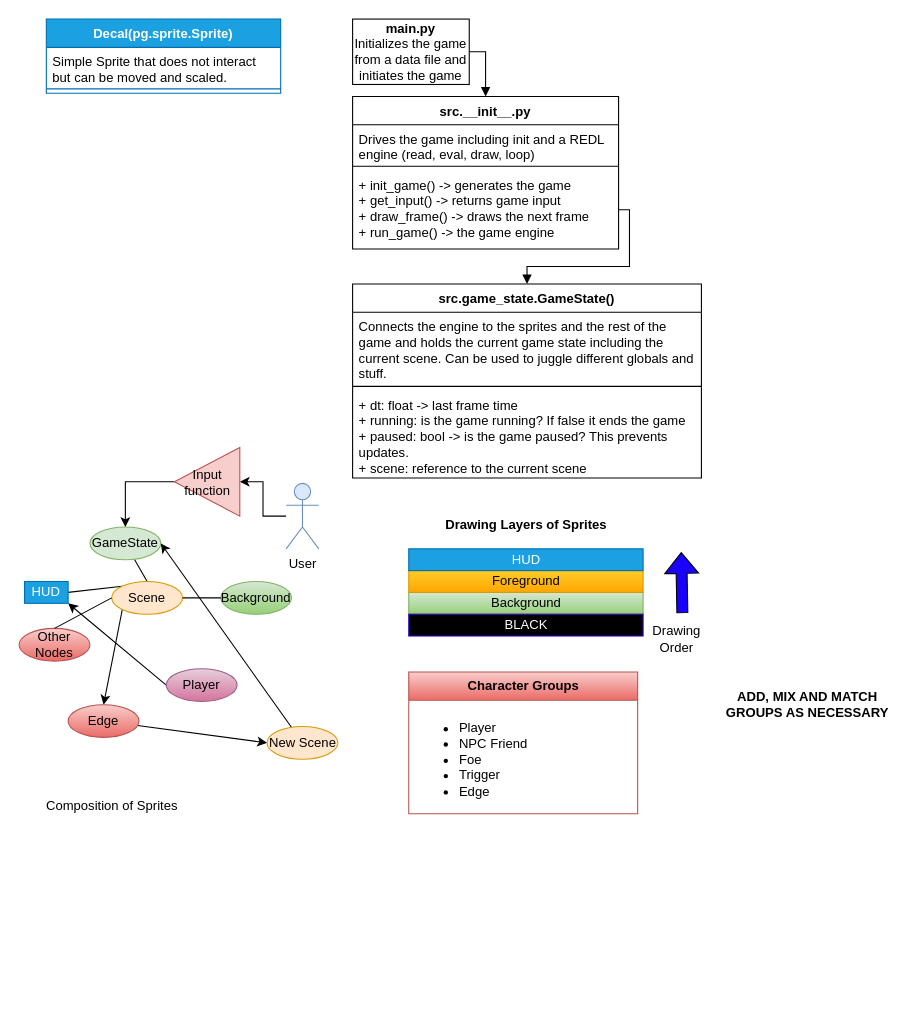
Above: docs/state_map.drawio in flythereddflagg/RCA (draw.io), before the change. Source tidied: cells renumbered, new cells numbered last; positions are measured from the earlier drawing's top-left corner, leaving out a move shared by most shapes. Both pictures are drawn from the tidied source at 109%, with x=0, y=0 at pixel (19, 19).
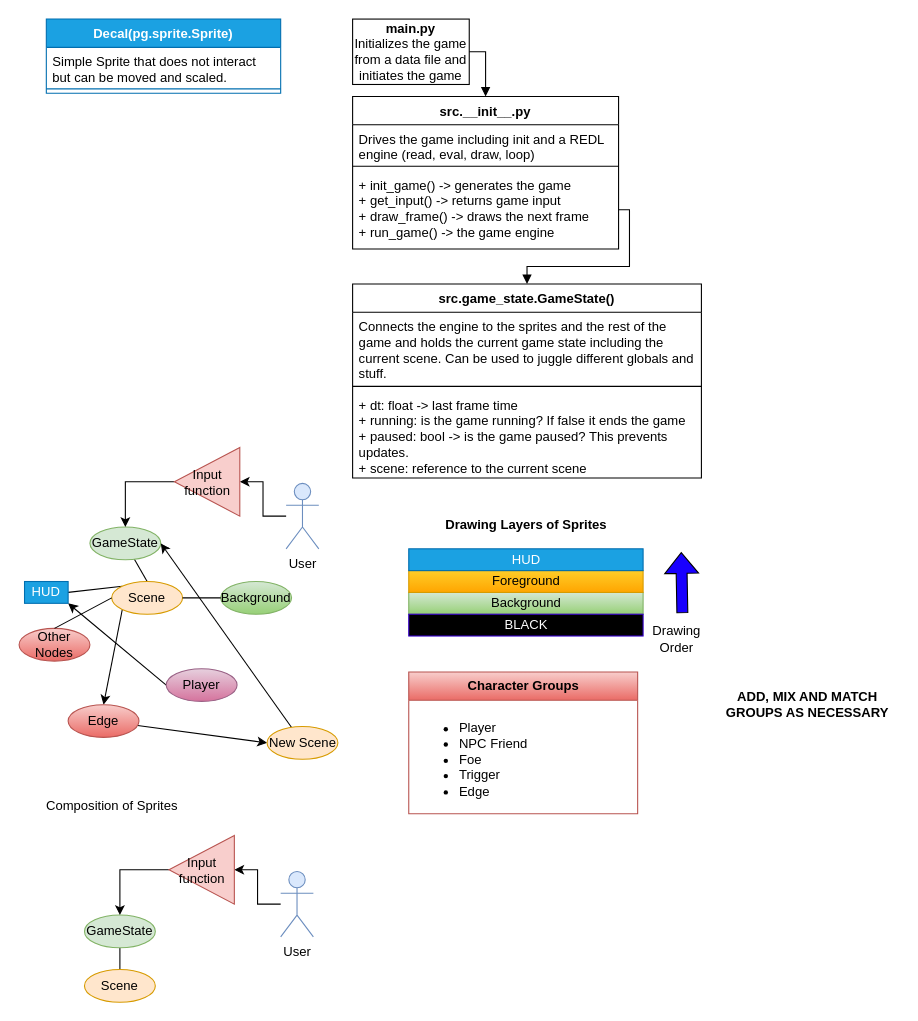
Above is the later version.

Commit message (it also covers changes not shown here):
okay so the next thing to figure out is the scene. how will the scene work? I think we need to really rethink this

The edit, as a diff of the source:
```diff
@@
+    <mxCell id="47" style="rounded=0;jettySize=auto;html=1;entryX=0.5;entryY=0;entryDx=0;entryDy=0;endArrow=none;endFill=0;" parent="1" edge="1" source="48" target="49">
+      <mxGeometry relative="1" as="geometry" />
+    </mxCell>
+    <mxCell id="48" value="GameState" style="ellipse;whiteSpace=wrap;html=1;fillColor=#d5e8d4;strokeColor=#82b366;" parent="1" vertex="1">
+      <mxGeometry x="60" y="822" width="65" height="30" as="geometry" />
+    </mxCell>
+    <mxCell id="49" value="Scene" style="ellipse;whiteSpace=wrap;html=1;fillColor=#ffe6cc;strokeColor=#d79b00;" parent="1" vertex="1">
+      <mxGeometry x="60" y="872" width="65" height="30" as="geometry" />
+    </mxCell>
+    <mxCell id="50" style="edgeStyle=orthogonalEdgeStyle;rounded=0;jettySize=auto;html=1;entryX=1;entryY=0.5;entryDx=0;entryDy=0;" parent="1" edge="1" source="51" target="53">
+      <mxGeometry relative="1" as="geometry" />
+    </mxCell>
+    <mxCell id="51" value="User" style="shape=umlActor;verticalLabelPosition=bottom;verticalAlign=top;html=1;outlineConnect=0;fillColor=#dae8fc;strokeColor=#6c8ebf;" parent="1" vertex="1">
+      <mxGeometry x="240" y="782" width="30" height="60" as="geometry" />
+    </mxCell>
+    <mxCell id="52" style="edgeStyle=orthogonalEdgeStyle;rounded=0;jettySize=auto;html=1;entryX=0.5;entryY=0;entryDx=0;entryDy=0;" parent="1" edge="1" source="53" target="48">
+      <mxGeometry relative="1" as="geometry" />
+    </mxCell>
+    <mxCell id="53" value="Input function" style="triangle;whiteSpace=wrap;html=1;flipH=1;fillColor=#f8cecc;strokeColor=#b85450;" parent="1" vertex="1">
+      <mxGeometry x="137.5" y="749" width="60" height="63" as="geometry" />
+    </mxCell>
```
